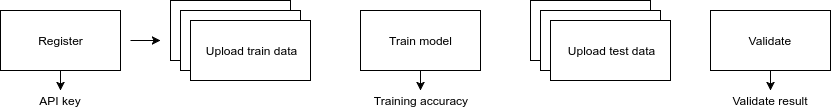
The draw.io diagram IMG/WorkFlow.png in thavryl/BiolockDemo, before a commit. Source tidied: cells renumbered, new cells last; positions are measured from the earlier drawing's top-left corner, leaving out a move shared by most shapes. Its diagram source:
```xml
<mxGraphModel background="#ffffff">
  <root>
    <mxCell id="0" />
    <mxCell id="1" parent="0" />
    <mxCell id="2" value="Register" style="whiteSpace=wrap;html=1;" parent="1" vertex="1">
      <mxGeometry y="10" width="120" height="60" as="geometry" />
    </mxCell>
    <mxCell id="3" style="whiteSpace=wrap;html=1;" parent="1" vertex="1">
      <mxGeometry x="170" width="120" height="60" as="geometry" />
    </mxCell>
    <mxCell id="4" value="Train model" style="whiteSpace=wrap;html=1;" parent="1" vertex="1">
      <mxGeometry x="360" y="10" width="120" height="60" as="geometry" />
    </mxCell>
    <mxCell id="5" style="whiteSpace=wrap;html=1;" parent="1" vertex="1">
      <mxGeometry x="180" y="10" width="120" height="60" as="geometry" />
    </mxCell>
    <mxCell id="6" value="Upload train data" style="whiteSpace=wrap;html=1;" parent="1" vertex="1">
      <mxGeometry x="190" y="20" width="120" height="60" as="geometry" />
    </mxCell>
    <mxCell id="7" style="endArrow=classic;html=1;" parent="1" edge="1">
      <mxGeometry relative="1" as="geometry">
        <mxPoint x="130" y="40" as="sourcePoint" />
        <mxPoint x="160" y="40" as="targetPoint" />
      </mxGeometry>
    </mxCell>
    <mxCell id="8" style="whiteSpace=wrap;html=1;" parent="1" vertex="1">
      <mxGeometry x="530" width="120" height="60" as="geometry" />
    </mxCell>
    <mxCell id="9" style="whiteSpace=wrap;html=1;" parent="1" vertex="1">
      <mxGeometry x="540" y="10" width="120" height="60" as="geometry" />
    </mxCell>
    <mxCell id="10" value="Upload test data" style="whiteSpace=wrap;html=1;" parent="1" vertex="1">
      <mxGeometry x="550" y="20" width="120" height="60" as="geometry" />
    </mxCell>
    <mxCell id="11" value="Validate&amp;nbsp;" style="whiteSpace=wrap;html=1;" parent="1" vertex="1">
      <mxGeometry x="710" y="10" width="120" height="60" as="geometry" />
    </mxCell>
    <mxCell id="12" style="endArrow=classic;html=1;" parent="1" edge="1">
      <mxGeometry relative="1" as="geometry">
        <mxPoint x="420" y="70" as="sourcePoint" />
        <mxPoint x="420" y="90" as="targetPoint" />
      </mxGeometry>
    </mxCell>
    <mxCell id="13" value="Training accuracy" style="text;html=1;strokeColor=none;fillColor=none;align=center;verticalAlign=middle;whiteSpace=wrap;" parent="1" vertex="1">
      <mxGeometry x="370" y="90" width="100" height="20" as="geometry" />
    </mxCell>
    <mxCell id="14" style="endArrow=classic;html=1;" parent="1" edge="1">
      <mxGeometry x="100" y="330" as="geometry">
        <mxPoint x="60" y="70" as="sourcePoint" />
        <mxPoint x="60" y="90" as="targetPoint" />
      </mxGeometry>
    </mxCell>
    <mxCell id="15" value="API key" style="text;html=1;strokeColor=none;fillColor=none;align=center;verticalAlign=middle;whiteSpace=wrap;" parent="1" vertex="1">
      <mxGeometry x="35" y="90" width="50" height="20" as="geometry" />
    </mxCell>
    <mxCell id="16" style="endArrow=classic;html=1;" parent="1" edge="1">
      <mxGeometry x="810" y="330" as="geometry">
        <mxPoint x="770" y="70" as="sourcePoint" />
        <mxPoint x="770" y="90" as="targetPoint" />
      </mxGeometry>
    </mxCell>
    <mxCell id="17" value="Validate result" style="text;html=1;strokeColor=none;fillColor=none;align=center;verticalAlign=middle;whiteSpace=wrap;" parent="1" vertex="1">
      <mxGeometry x="720" y="90" width="100" height="20" as="geometry" />
    </mxCell>
  </root>
</mxGraphModel>
```
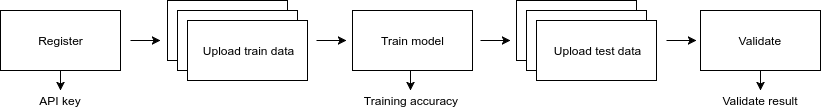
The same file after the commit.

What changed in the source:
```diff
@@ -6,16 +6,16 @@
       <mxGeometry y="10" width="120" height="60" as="geometry" />
     </mxCell>
     <mxCell id="3" style="whiteSpace=wrap;html=1;" parent="1" vertex="1">
-      <mxGeometry x="170" width="120" height="60" as="geometry" />
+      <mxGeometry x="167" width="120" height="60" as="geometry" />
     </mxCell>
     <mxCell id="4" value="Train model" style="whiteSpace=wrap;html=1;" parent="1" vertex="1">
-      <mxGeometry x="360" y="10" width="120" height="60" as="geometry" />
+      <mxGeometry x="352" y="10" width="120" height="60" as="geometry" />
     </mxCell>
     <mxCell id="5" style="whiteSpace=wrap;html=1;" parent="1" vertex="1">
-      <mxGeometry x="180" y="10" width="120" height="60" as="geometry" />
+      <mxGeometry x="177" y="10" width="120" height="60" as="geometry" />
     </mxCell>
     <mxCell id="6" value="Upload train data" style="whiteSpace=wrap;html=1;" parent="1" vertex="1">
-      <mxGeometry x="190" y="20" width="120" height="60" as="geometry" />
+      <mxGeometry x="187" y="20" width="120" height="60" as="geometry" />
     </mxCell>
     <mxCell id="7" style="endArrow=classic;html=1;" parent="1" edge="1">
       <mxGeometry relative="1" as="geometry">
@@ -24,25 +24,25 @@
       </mxGeometry>
     </mxCell>
     <mxCell id="8" style="whiteSpace=wrap;html=1;" parent="1" vertex="1">
-      <mxGeometry x="530" width="120" height="60" as="geometry" />
+      <mxGeometry x="516" width="120" height="60" as="geometry" />
     </mxCell>
     <mxCell id="9" style="whiteSpace=wrap;html=1;" parent="1" vertex="1">
-      <mxGeometry x="540" y="10" width="120" height="60" as="geometry" />
+      <mxGeometry x="526" y="10" width="120" height="60" as="geometry" />
     </mxCell>
     <mxCell id="10" value="Upload test data" style="whiteSpace=wrap;html=1;" parent="1" vertex="1">
-      <mxGeometry x="550" y="20" width="120" height="60" as="geometry" />
+      <mxGeometry x="536" y="20" width="120" height="60" as="geometry" />
     </mxCell>
     <mxCell id="11" value="Validate&amp;nbsp;" style="whiteSpace=wrap;html=1;" parent="1" vertex="1">
-      <mxGeometry x="710" y="10" width="120" height="60" as="geometry" />
+      <mxGeometry x="700" y="10" width="120" height="60" as="geometry" />
     </mxCell>
     <mxCell id="12" style="endArrow=classic;html=1;" parent="1" edge="1">
       <mxGeometry relative="1" as="geometry">
-        <mxPoint x="420" y="70" as="sourcePoint" />
-        <mxPoint x="420" y="90" as="targetPoint" />
+        <mxPoint x="410" y="70" as="sourcePoint" />
+        <mxPoint x="410" y="90" as="targetPoint" />
       </mxGeometry>
     </mxCell>
     <mxCell id="13" value="Training accuracy" style="text;html=1;strokeColor=none;fillColor=none;align=center;verticalAlign=middle;whiteSpace=wrap;" parent="1" vertex="1">
-      <mxGeometry x="370" y="90" width="100" height="20" as="geometry" />
+      <mxGeometry x="360" y="90" width="100" height="20" as="geometry" />
     </mxCell>
     <mxCell id="14" style="endArrow=classic;html=1;" parent="1" edge="1">
       <mxGeometry x="100" y="330" as="geometry">
@@ -54,13 +54,31 @@
       <mxGeometry x="35" y="90" width="50" height="20" as="geometry" />
     </mxCell>
     <mxCell id="16" style="endArrow=classic;html=1;" parent="1" edge="1">
-      <mxGeometry x="810" y="330" as="geometry">
-        <mxPoint x="770" y="70" as="sourcePoint" />
-        <mxPoint x="770" y="90" as="targetPoint" />
+      <mxGeometry x="800" y="330" as="geometry">
+        <mxPoint x="760" y="70" as="sourcePoint" />
+        <mxPoint x="760" y="90" as="targetPoint" />
       </mxGeometry>
     </mxCell>
     <mxCell id="17" value="Validate result" style="text;html=1;strokeColor=none;fillColor=none;align=center;verticalAlign=middle;whiteSpace=wrap;" parent="1" vertex="1">
-      <mxGeometry x="720" y="90" width="100" height="20" as="geometry" />
+      <mxGeometry x="710" y="90" width="100" height="20" as="geometry" />
     </mxCell>
+    <mxCell id="18" style="endArrow=classic;html=1;" parent="1" edge="1">
+      <mxGeometry x="356" y="300" as="geometry">
+        <mxPoint x="316" y="40" as="sourcePoint" />
+        <mxPoint x="346" y="40" as="targetPoint" />
+      </mxGeometry>
+    </mxCell>
+    <mxCell id="19" style="endArrow=classic;html=1;" parent="1" edge="1">
+      <mxGeometry x="520" y="300" as="geometry">
+        <mxPoint x="480" y="40" as="sourcePoint" />
+        <mxPoint x="510" y="40" as="targetPoint" />
+      </mxGeometry>
+    </mxCell>
+    <mxCell id="20" style="endArrow=classic;html=1;" parent="1" edge="1">
+      <mxGeometry x="706" y="300" as="geometry">
+        <mxPoint x="666" y="40" as="sourcePoint" />
+        <mxPoint x="696" y="40" as="targetPoint" />
+      </mxGeometry>
+    </mxCell>
   </root>
 </mxGraphModel>
```
